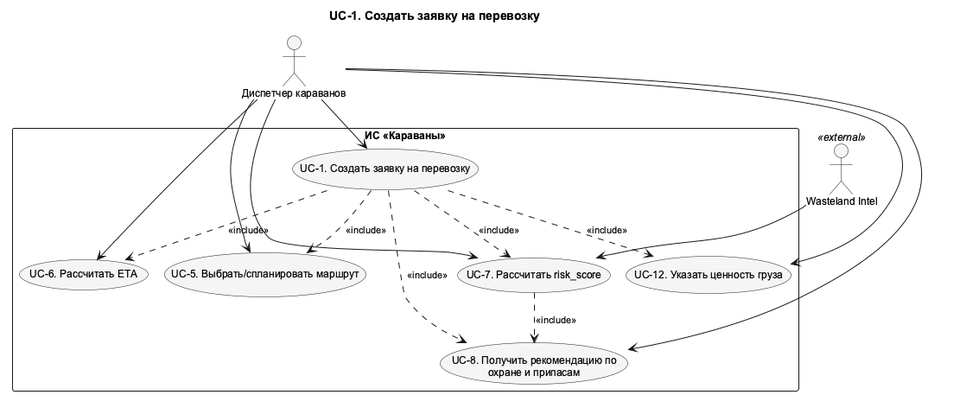
The PlantUML diagram docs/diagrams/out/UC_1_Detail.png in granikartem/MPI, before a commit. The source it was exported from:
```plantuml
@startuml UC_1_Detail
!pragma layout smetana
skinparam shadowing false
skinparam defaultFontName Arial
skinparam defaultFontSize 12
skinparam backgroundColor white
skinparam nodesep 75
skinparam ranksep 100
skinparam ArrowFontSize 11
skinparam usecaseBackgroundColor #F5F5F5
skinparam activityBackgroundColor #F5F5F5
top to bottom direction
title UC-1. Создать заявку на перевозку

actor "Диспетчер караванов" as Dispatcher
actor "Wasteland Intel" as WI <<external>>
rectangle "ИС «Караваны»" as SystemBoundary {
  usecase "UC-1. Создать заявку на перевозку" as UC1
  usecase "UC-5. Выбрать/спланировать маршрут" as UC5
  usecase "UC-6. Рассчитать ETA" as UC6
  usecase "UC-7. Рассчитать risk_score" as UC7
  usecase "UC-8. Получить рекомендацию по\nохране и припасам" as UC8
  usecase "UC-12. Указать ценность груза" as UC12
}
UC1 ..> UC5 : <<include>>
UC1 ..> UC6 : <<include>>
UC1 ..> UC7 : <<include>>
UC1 ..> UC8 : <<include>>
UC1 ..> UC12 : <<include>>
UC7 ..> UC8 : <<include>>
Dispatcher --> UC1
Dispatcher --> UC5
Dispatcher --> UC6
Dispatcher --> UC7
Dispatcher --> UC8
Dispatcher --> UC12
WI --> UC7
@enduml
```
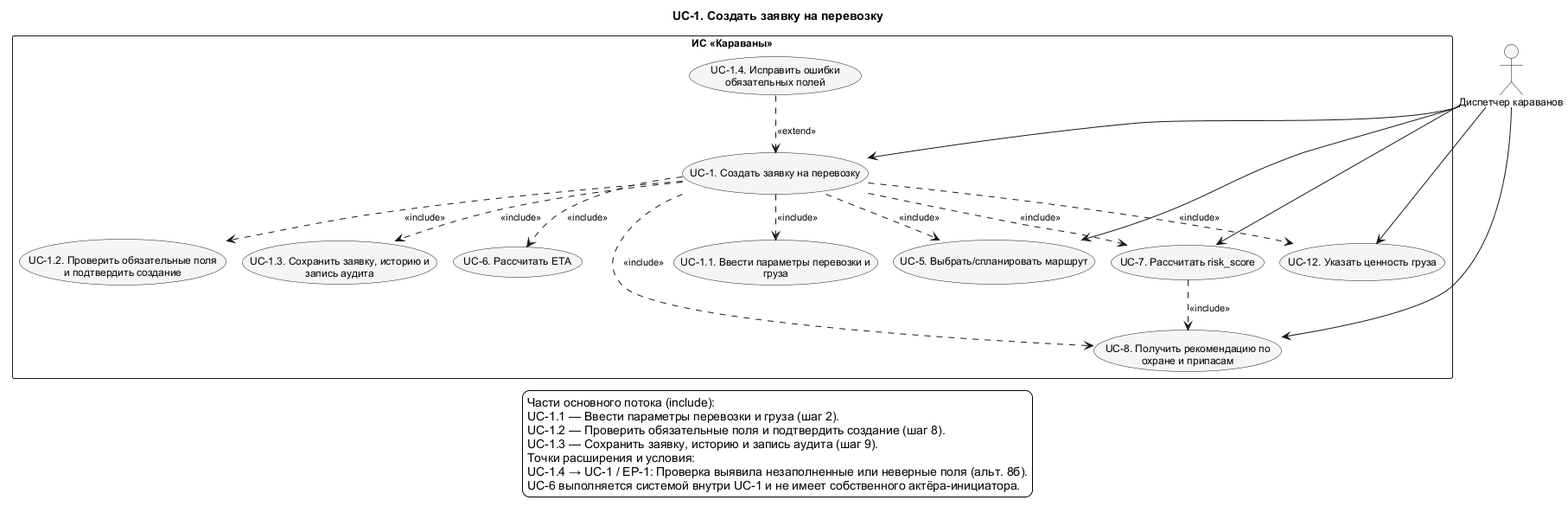
Later version of the same file.

The edit, as a diff of the source:
```diff
@@ -13,7 +13,6 @@
 title UC-1. Создать заявку на перевозку
 
 actor "Диспетчер караванов" as Dispatcher
-actor "Wasteland Intel" as WI <<external>>
 rectangle "ИС «Караваны»" as SystemBoundary {
   usecase "UC-1. Создать заявку на перевозку" as UC1
   usecase "UC-5. Выбрать/спланировать маршрут" as UC5
@@ -21,6 +20,10 @@
   usecase "UC-7. Рассчитать risk_score" as UC7
   usecase "UC-8. Получить рекомендацию по\nохране и припасам" as UC8
   usecase "UC-12. Указать ценность груза" as UC12
+  usecase "UC-1.1. Ввести параметры перевозки и\nгруза" as UC1_1
+  usecase "UC-1.2. Проверить обязательные поля\nи подтвердить создание" as UC1_2
+  usecase "UC-1.3. Сохранить заявку, историю и\nзапись аудита" as UC1_3
+  usecase "UC-1.4. Исправить ошибки\nобязательных полей" as UC1_4
 }
 UC1 ..> UC5 : <<include>>
 UC1 ..> UC6 : <<include>>
@@ -28,11 +31,22 @@
 UC1 ..> UC8 : <<include>>
 UC1 ..> UC12 : <<include>>
 UC7 ..> UC8 : <<include>>
+UC1 ..> UC1_1 : <<include>>
+UC1 ..> UC1_2 : <<include>>
+UC1 ..> UC1_3 : <<include>>
+UC1_4 ..> UC1 : <<extend>>
 Dispatcher --> UC1
 Dispatcher --> UC5
-Dispatcher --> UC6
 Dispatcher --> UC7
 Dispatcher --> UC8
 Dispatcher --> UC12
-WI --> UC7
+legend bottom
+  Части основного потока (include):
+  UC-1.1 — Ввести параметры перевозки и груза (шаг 2).
+  UC-1.2 — Проверить обязательные поля и подтвердить создание (шаг 8).
+  UC-1.3 — Сохранить заявку, историю и запись аудита (шаг 9).
+  Точки расширения и условия:
+  UC-1.4 → UC-1 / EP-1: Проверка выявила незаполненные или неверные поля (альт. 8б).
+  UC-6 выполняется системой внутри UC-1 и не имеет собственного актёра-инициатора.
+endlegend
 @enduml
```
